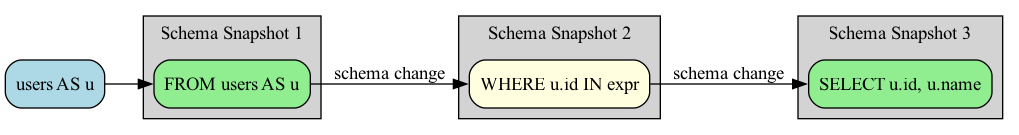
This is examples/subquery_in_schema.png from rot1024/sqloflow, a Graphviz export, as it was before one commit. Its source is kept beside it as examples/subquery_in_schema.dot. Its diagram source:
```dot
digraph sqloflow {
  rankdir=LR;
  node [shape=box, style=rounded];

  node_0 [label="users AS u", fillcolor=lightblue, style="filled,rounded"];
  subgraph cluster_0 {
    label="Schema Snapshot 1";
    style=filled;
    fillcolor=lightgray;
    node_1 [label="FROM users AS u", fillcolor=lightgreen, style="filled,rounded"];
  }
  subgraph cluster_1 {
    label="Schema Snapshot 2";
    style=filled;
    fillcolor=lightgray;
    node_2 [label="WHERE u.id IN expr", fillcolor=lightyellow, style="filled,rounded"];
  }
  subgraph cluster_2 {
    label="Schema Snapshot 3";
    style=filled;
    fillcolor=lightgray;
    node_3 [label="SELECT u.id, u.name", fillcolor=lightgreen, style="filled,rounded"];
  }

  node_0 -> node_1 [color=black];
  node_1 -> node_2 [color=black, label="schema change"];
  node_2 -> node_3 [color=black, label="schema change"];
}
```
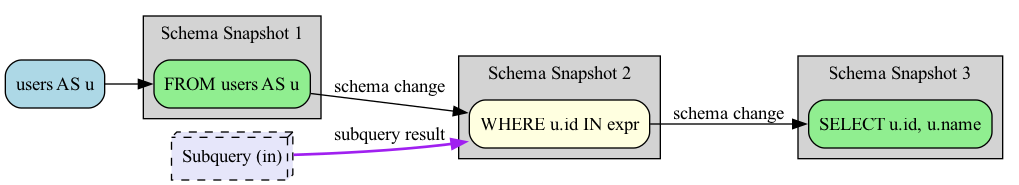
The same diagram one commit later.

Change to the diagram source:
```diff
@@ -3,6 +3,7 @@
   node [shape=box, style=rounded];
 
   node_0 [label="users AS u", fillcolor=lightblue, style="filled,rounded"];
+  node_3 [label="Subquery (in)", fillcolor=lavender, style="filled,rounded,dashed", shape=box3d];
   subgraph cluster_0 {
     label="Schema Snapshot 1";
     style=filled;
@@ -19,10 +20,11 @@
     label="Schema Snapshot 3";
     style=filled;
     fillcolor=lightgray;
-    node_3 [label="SELECT u.id, u.name", fillcolor=lightgreen, style="filled,rounded"];
+    node_4 [label="SELECT u.id, u.name", fillcolor=lightgreen, style="filled,rounded"];
   }
 
   node_0 -> node_1 [color=black];
   node_1 -> node_2 [color=black, label="schema change"];
-  node_2 -> node_3 [color=black, label="schema change"];
+  node_3 -> node_2 [color=purple, style=bold, label="subquery result"];
+  node_2 -> node_4 [color=black, label="schema change"];
 }
```
